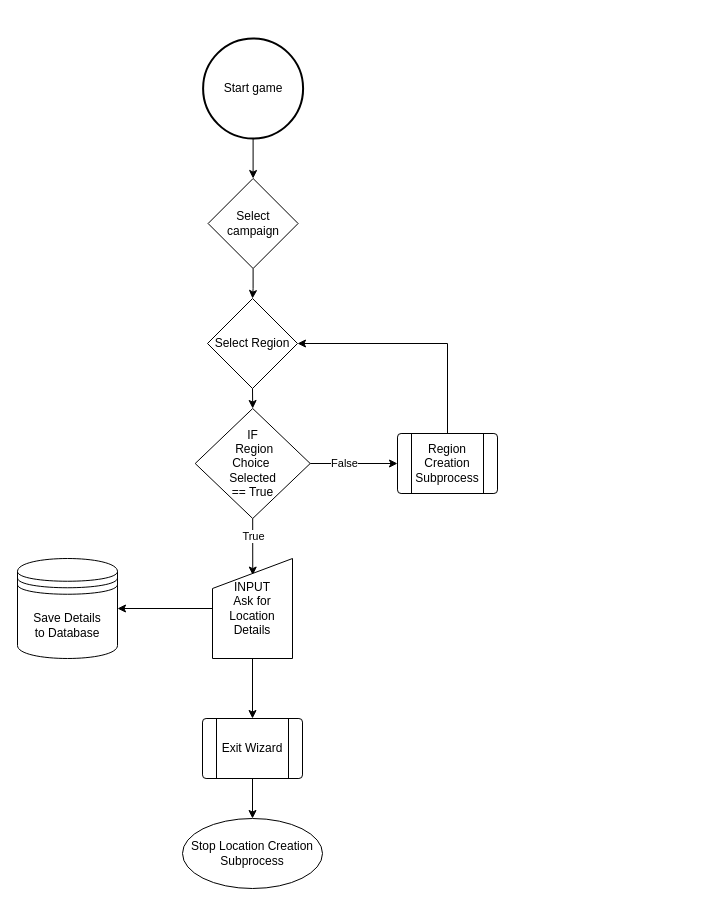
Above: Phase2/Flowcharts/modgodToolset/ModGod/Creation/Location/ModGodLocationCreation.drawio in RPG-Research/bcirpg (draw.io), before the change. Source tidied: cells renumbered, new cells numbered last; positions are measured from the earlier drawing's top-left corner, leaving out a move shared by most shapes. Both pictures are drawn from the tidied source at 100%, with x=0, y=0 at pixel (17, 38).
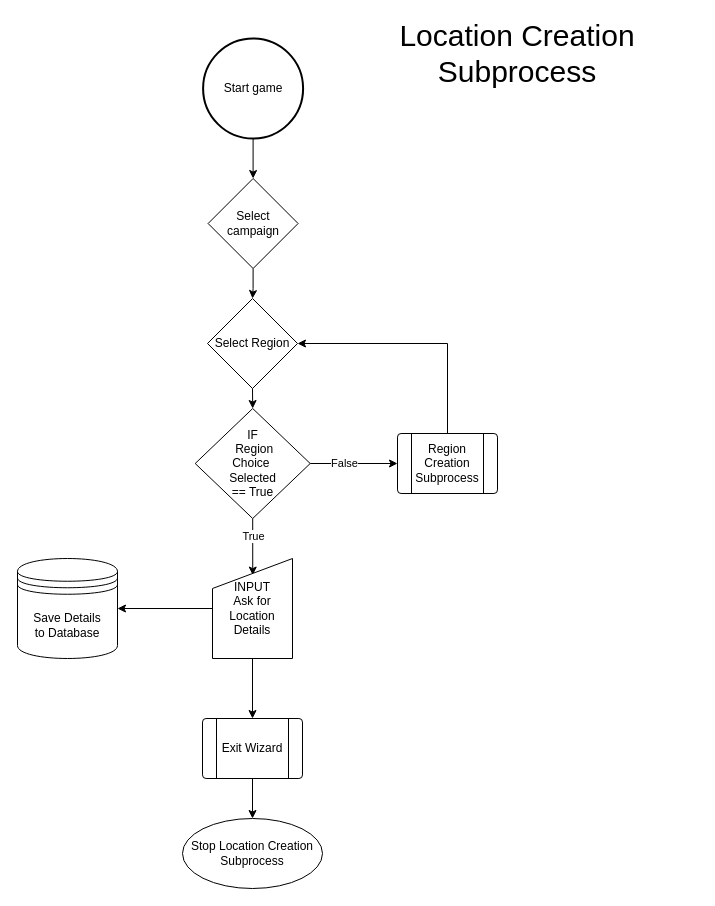
Above is the later version.

The edit, as a diff of the source:
```diff
@@
+    <mxCell id="22" value="&lt;font style=&quot;font-size: 30px;&quot;&gt;Location Creation&lt;br&gt;Subprocess&lt;br&gt;&lt;/font&gt;" style="text;html=1;strokeColor=none;fillColor=none;align=center;verticalAlign=middle;whiteSpace=wrap;rounded=0;" parent="1" vertex="1">
+      <mxGeometry x="320" width="360" height="30" as="geometry" />
+    </mxCell>
```
